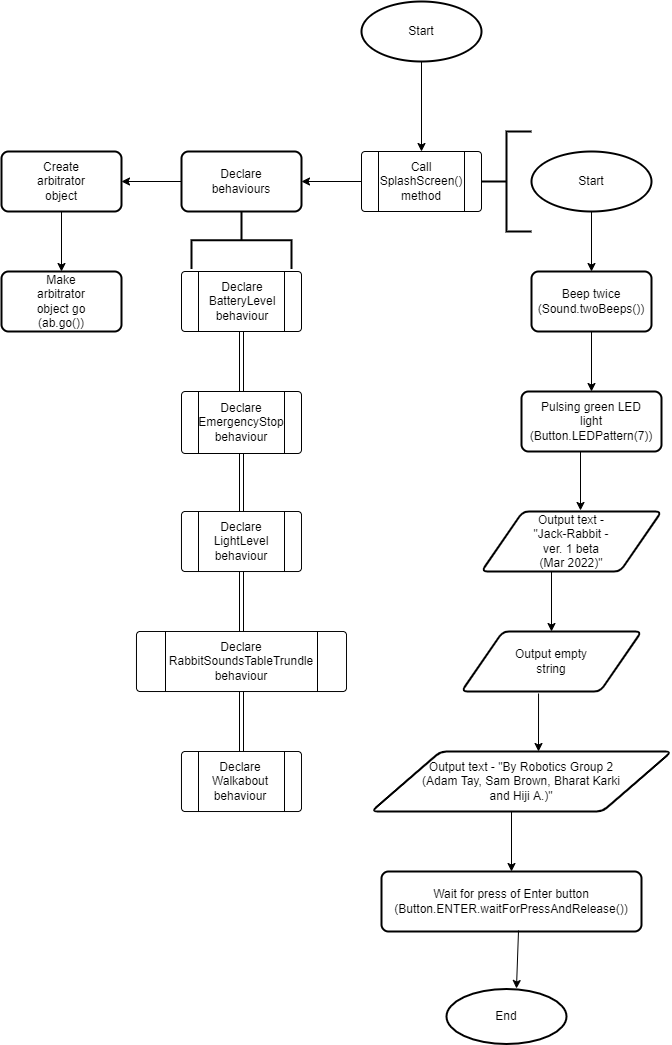
This is Final submission/ControlFlow.png from XLmT09/Bunny-Robot, a draw.io export, as it was before one commit. Source tidied: cells renumbered, new cells last; positions are measured from the earlier drawing's top-left corner, leaving out a move shared by most shapes.
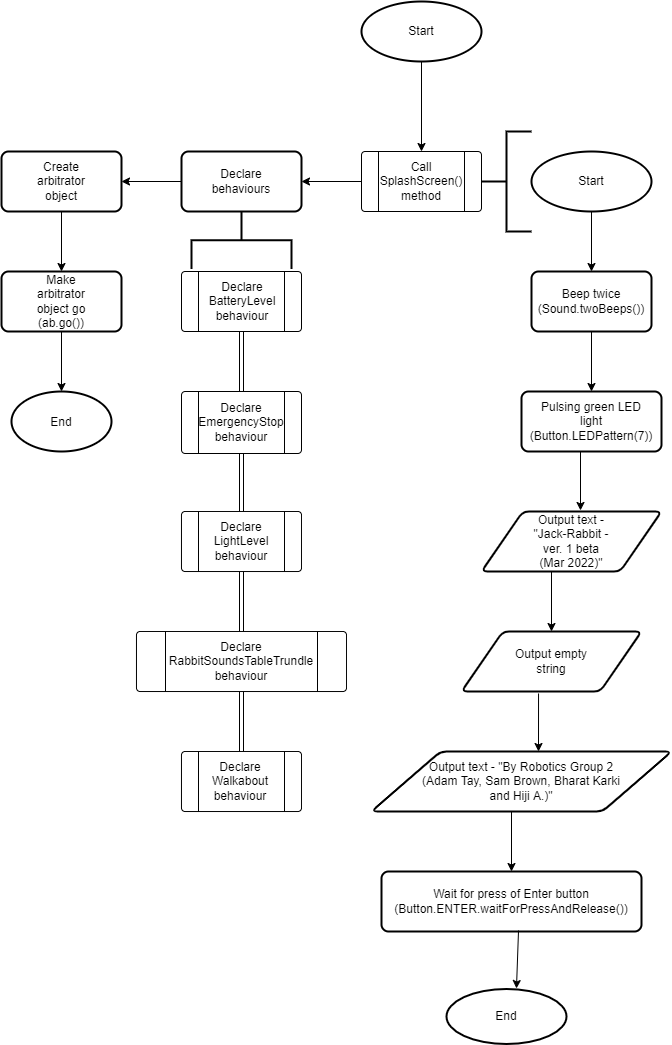
After the commit.

The edit, as a diff of the source:
```diff
@@ -229,5 +229,17 @@
     <mxCell id="72" value="End" style="text;html=1;strokeColor=none;fillColor=none;align=center;verticalAlign=middle;whiteSpace=wrap;rounded=0;hachureGap=4;" parent="70" vertex="1">
       <mxGeometry x="30" y="12.5" width="60" height="30" as="geometry" />
     </mxCell>
+    <mxCell id="73" style="group;" parent="1" vertex="1">
+      <mxGeometry x="10" y="390" width="100" height="60" as="geometry" />
+    </mxCell>
+    <mxCell id="74" style="strokeWidth=2;html=1;shape=mxgraph.flowchart.start_1;whiteSpace=wrap;hachureGap=4;" parent="73" vertex="1">
+      <mxGeometry width="100" height="60" as="geometry" />
+    </mxCell>
+    <mxCell id="75" value="End" style="text;html=1;strokeColor=none;fillColor=none;align=center;verticalAlign=middle;whiteSpace=wrap;rounded=0;hachureGap=4;" parent="73" vertex="1">
+      <mxGeometry x="20" y="16" width="60" height="30" as="geometry" />
+    </mxCell>
+    <mxCell id="76" style="endArrow=classic;html=1;rounded=0;sourcePerimeterSpacing=8;targetPerimeterSpacing=8;curved=1;entryX=0.5;entryY=0;entryDx=0;entryDy=0;entryPerimeter=0;exitX=0.5;exitY=1;exitDx=0;exitDy=0;" parent="1" edge="1" source="59" target="74">
+      <mxGeometry relative="1" as="geometry" />
+    </mxCell>
   </root>
 </mxGraphModel>
```
